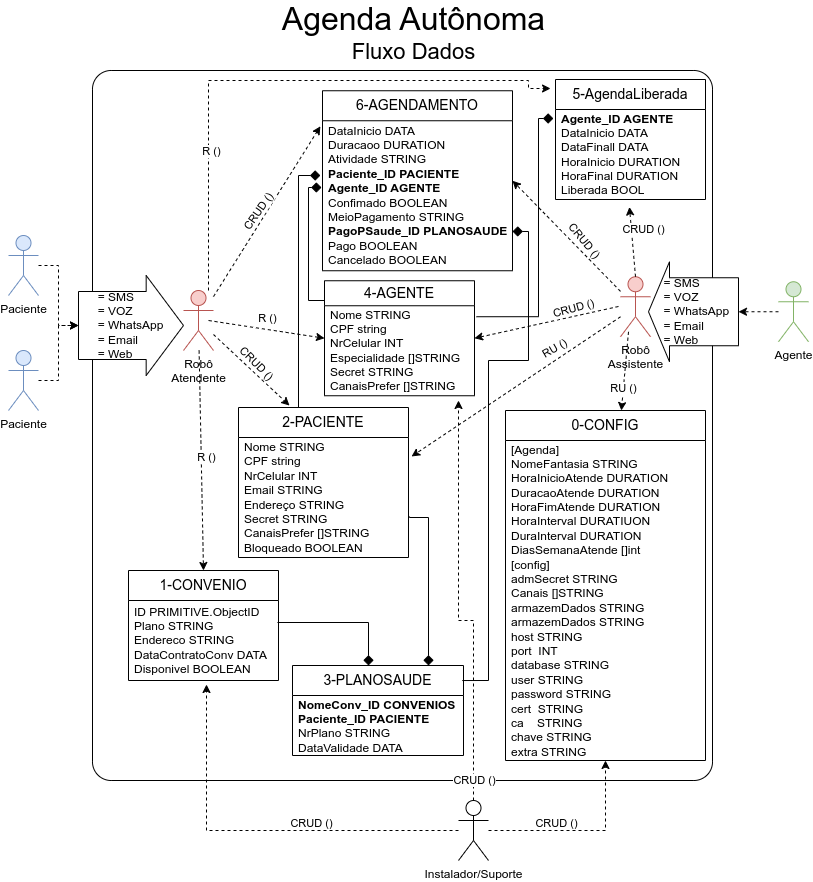
This is Agenda-Página-1.drawio.png from gunboe/Agenda, a draw.io export, as it was before one commit. Source tidied: cells renumbered, new cells last; positions are measured from the earlier drawing's top-left corner, leaving out a move shared by most shapes.
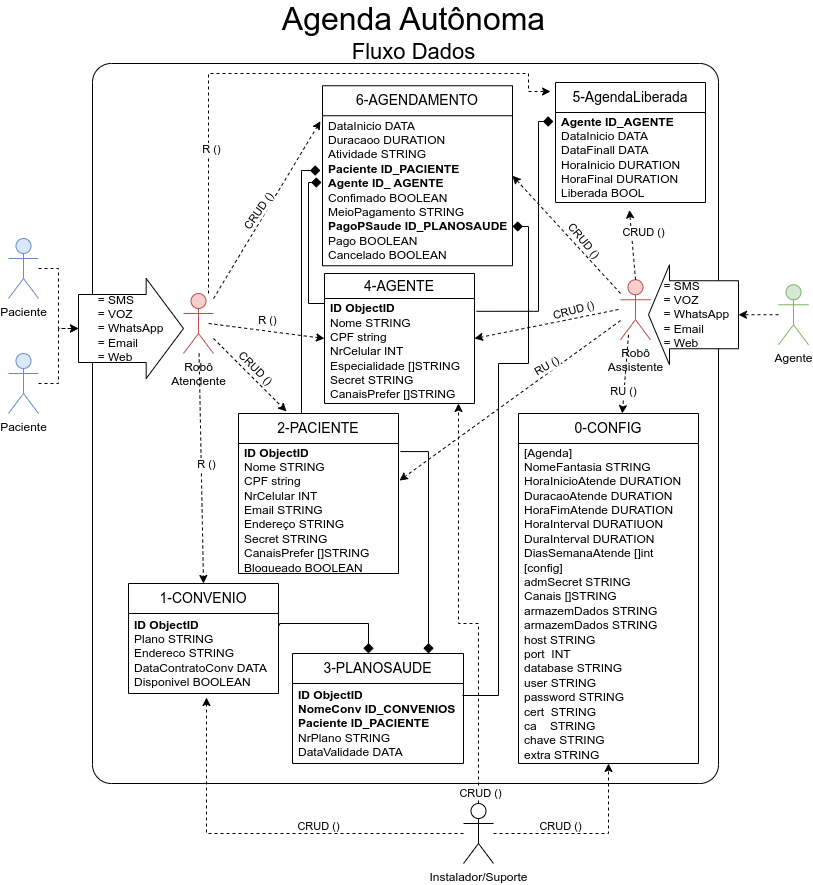
After the change.

Commit message:
Ajustes dos Campos ID da Agenda-Página-1.drawio.png

Change to the diagram source:
```diff
@@ -3,7 +3,7 @@
     <mxCell id="0" />
     <mxCell id="1" parent="0" />
     <mxCell id="2" style="rounded=1;whiteSpace=wrap;html=1;arcSize=3;" parent="1" vertex="1">
-      <mxGeometry x="84" y="68" width="620" height="710" as="geometry" />
+      <mxGeometry x="84" y="58" width="626" height="720" as="geometry" />
     </mxCell>
     <mxCell id="3" style="edgeStyle=orthogonalEdgeStyle;rounded=0;jettySize=auto;html=1;entryX=0;entryY=0.5;entryDx=0;entryDy=0;entryPerimeter=0;dashed=1;" parent="1" edge="1" source="4" target="20">
       <mxGeometry relative="1" as="geometry" />
@@ -21,9 +21,9 @@
       <mxGeometry y="348" width="30" height="60" as="geometry" />
     </mxCell>
     <mxCell id="8" value="&lt;font style=&quot;font-size: 14px;&quot;&gt;6-AGENDAMENTO&lt;/font&gt;" style="swimlane;fontStyle=0;horizontal=1;startSize=30;whiteSpace=wrap;html=1;" parent="1" vertex="1">
-      <mxGeometry x="314" y="88.2" width="190" height="180" as="geometry" />
+      <mxGeometry x="314" y="80.2" width="190" height="180" as="geometry" />
     </mxCell>
-    <mxCell id="9" value="DataInicio DATA&lt;br style=&quot;border-color: var(--border-color); text-align: center;&quot;&gt;&lt;span style=&quot;text-align: center;&quot;&gt;Duracaoo DURATION&lt;/span&gt;&lt;br style=&quot;border-color: var(--border-color); text-align: center;&quot;&gt;&lt;span style=&quot;text-align: center;&quot;&gt;Atividade STRING&lt;/span&gt;&lt;br style=&quot;border-color: var(--border-color); text-align: center;&quot;&gt;&lt;b&gt;Paciente_ID PACIENTE&lt;/b&gt;&lt;br style=&quot;border-color: var(--border-color);&quot;&gt;&lt;span style=&quot;text-align: center;&quot;&gt;&lt;b&gt;Agente_ID AGENTE&lt;/b&gt;&lt;/span&gt;&lt;br style=&quot;border-color: var(--border-color); text-align: center;&quot;&gt;&lt;span style=&quot;text-align: center;&quot;&gt;Confimado BOOLEAN&lt;/span&gt;&lt;span style=&quot;text-align: center;&quot;&gt;&lt;br&gt;MeioPagamento STRING&lt;br&gt;&lt;b&gt;PagoPSaude_ID PLANOSAUDE&lt;/b&gt;&lt;br&gt;Pago BOOLEAN&lt;br&gt;Cancelado BOOLEAN&lt;br&gt;&lt;/span&gt;" style="text;strokeColor=none;fillColor=none;align=left;verticalAlign=middle;spacingLeft=4;spacingRight=4;overflow=hidden;points=[[0,0.5],[1,0.5]];portConstraint=eastwest;whiteSpace=wrap;html=1;" parent="8" vertex="1">
+    <mxCell id="9" value="DataInicio DATA&lt;br style=&quot;border-color: var(--border-color); text-align: center;&quot;&gt;&lt;span style=&quot;text-align: center;&quot;&gt;Duracaoo DURATION&lt;/span&gt;&lt;br style=&quot;border-color: var(--border-color); text-align: center;&quot;&gt;&lt;span style=&quot;text-align: center;&quot;&gt;Atividade STRING&lt;/span&gt;&lt;br style=&quot;border-color: var(--border-color); text-align: center;&quot;&gt;&lt;b&gt;Paciente ID_PACIENTE&lt;/b&gt;&lt;br style=&quot;border-color: var(--border-color);&quot;&gt;&lt;span style=&quot;text-align: center;&quot;&gt;&lt;b&gt;Agente ID_ AGENTE&lt;/b&gt;&lt;/span&gt;&lt;br style=&quot;border-color: var(--border-color); text-align: center;&quot;&gt;&lt;span style=&quot;text-align: center;&quot;&gt;Confimado BOOLEAN&lt;/span&gt;&lt;span style=&quot;text-align: center;&quot;&gt;&lt;br&gt;MeioPagamento STRING&lt;br&gt;&lt;b&gt;PagoPSaude ID_PLANOSAUDE&lt;/b&gt;&lt;br&gt;Pago BOOLEAN&lt;br&gt;Cancelado BOOLEAN&lt;br&gt;&lt;/span&gt;" style="text;strokeColor=none;fillColor=none;align=left;verticalAlign=middle;spacingLeft=4;spacingRight=4;overflow=hidden;points=[[0,0.5],[1,0.5]];portConstraint=eastwest;whiteSpace=wrap;html=1;" parent="8" vertex="1">
       <mxGeometry y="30" width="190" height="150" as="geometry" />
     </mxCell>
     <mxCell id="10" style="endArrow=classic;html=1;rounded=0;entryX=-0.011;entryY=0.037;entryDx=0;entryDy=0;dashed=1;entryPerimeter=0;" parent="1" edge="1" source="19" target="9">
@@ -35,10 +35,10 @@
       </mxGeometry>
     </mxCell>
     <mxCell id="12" value="&lt;font style=&quot;font-size: 14px;&quot;&gt;2-PACIENTE&lt;/font&gt;" style="swimlane;fontStyle=0;horizontal=1;startSize=30;whiteSpace=wrap;html=1;" parent="1" vertex="1">
-      <mxGeometry x="230" y="405" width="170" height="150" as="geometry" />
+      <mxGeometry x="230" y="408" width="160" height="160" as="geometry" />
     </mxCell>
-    <mxCell id="13" value="Nome STRING&lt;br&gt;CPF string&lt;br&gt;NrCelular INT&lt;br&gt;Email STRING&lt;br&gt;Endereço STRING&lt;br&gt;Secret STRING&lt;br&gt;CanaisPrefer []STRING&lt;br&gt;Bloqueado BOOLEAN" style="text;strokeColor=none;fillColor=none;align=left;verticalAlign=middle;spacingLeft=4;spacingRight=4;overflow=hidden;points=[[0,0.5],[1,0.5]];portConstraint=eastwest;whiteSpace=wrap;html=1;" parent="12" vertex="1">
-      <mxGeometry y="30" width="170" height="120" as="geometry" />
+    <mxCell id="13" value="&lt;b style=&quot;border-color: var(--border-color);&quot;&gt;ID ObjectID&lt;br style=&quot;border-color: var(--border-color);&quot;&gt;&lt;/b&gt;Nome STRING&lt;br&gt;CPF string&lt;br&gt;NrCelular INT&lt;br&gt;Email STRING&lt;br&gt;Endereço STRING&lt;br&gt;Secret STRING&lt;br&gt;CanaisPrefer []STRING&lt;br&gt;Bloqueado BOOLEAN" style="text;strokeColor=none;fillColor=none;align=left;verticalAlign=middle;spacingLeft=4;spacingRight=4;overflow=hidden;points=[[0,0.5],[1,0.5]];portConstraint=eastwest;whiteSpace=wrap;html=1;" parent="12" vertex="1">
+      <mxGeometry y="30" width="160" height="130" as="geometry" />
     </mxCell>
     <mxCell id="14" style="endArrow=classic;html=1;rounded=0;entryX=0.3;entryY=-0.013;entryDx=0;entryDy=0;dashed=1;entryPerimeter=0;" parent="1" edge="1" source="19" target="12">
       <mxGeometry relative="1" as="geometry" />
@@ -57,7 +57,7 @@
       </mxGeometry>
     </mxCell>
     <mxCell id="18" value="Instalador/Suporte" style="shape=umlActor;verticalLabelPosition=bottom;verticalAlign=top;html=1;outlineConnect=0;" parent="1" vertex="1">
-      <mxGeometry x="450" y="798" width="30" height="60" as="geometry" />
+      <mxGeometry x="455" y="798" width="30" height="60" as="geometry" />
     </mxCell>
     <mxCell id="19" value="Robô&lt;br&gt;Atendente" style="shape=umlActor;verticalLabelPosition=bottom;verticalAlign=top;html=1;outlineConnect=0;fillColor=#f8cecc;strokeColor=#b85450;" parent="1" vertex="1">
       <mxGeometry x="175" y="288" width="30" height="60" as="geometry" />
@@ -66,10 +66,10 @@
       <mxGeometry x="70" y="273" width="105" height="100" as="geometry" />
     </mxCell>
     <mxCell id="21" value="&lt;font style=&quot;font-size: 14px;&quot;&gt;4-AGENTE&lt;/font&gt;" style="swimlane;fontStyle=0;horizontal=1;startSize=25;whiteSpace=wrap;html=1;" parent="1" vertex="1">
-      <mxGeometry x="316" y="278.2" width="150" height="115" as="geometry" />
+      <mxGeometry x="316" y="268" width="150" height="130" as="geometry" />
     </mxCell>
-    <mxCell id="22" value="Nome STRING&lt;br&gt;CPF string&lt;br&gt;NrCelular INT&lt;br&gt;Especialidade []STRING&lt;br&gt;Secret STRING&lt;br&gt;CanaisPrefer []STRING" style="text;strokeColor=none;fillColor=none;align=left;verticalAlign=middle;spacingLeft=4;spacingRight=4;overflow=hidden;points=[[0,0.5],[1,0.5]];portConstraint=eastwest;whiteSpace=wrap;html=1;" parent="21" vertex="1">
-      <mxGeometry y="25" width="150" height="90" as="geometry" />
+    <mxCell id="22" value="&lt;b style=&quot;border-color: var(--border-color);&quot;&gt;ID ObjectID&lt;br style=&quot;border-color: var(--border-color);&quot;&gt;&lt;/b&gt;Nome STRING&lt;br&gt;CPF string&lt;br&gt;NrCelular INT&lt;br&gt;Especialidade []STRING&lt;br&gt;Secret STRING&lt;br&gt;CanaisPrefer []STRING" style="text;strokeColor=none;fillColor=none;align=left;verticalAlign=middle;spacingLeft=4;spacingRight=4;overflow=hidden;points=[[0,0.5],[1,0.5]];portConstraint=eastwest;whiteSpace=wrap;html=1;" parent="21" vertex="1">
+      <mxGeometry y="25" width="150" height="105" as="geometry" />
     </mxCell>
     <mxCell id="23" value="Robô&lt;br&gt;Assistente" style="shape=umlActor;verticalLabelPosition=bottom;verticalAlign=top;html=1;outlineConnect=0;fillColor=#f8cecc;strokeColor=#b85450;" parent="1" vertex="1">
       <mxGeometry x="612" y="274.2" width="30" height="60" as="geometry" />
@@ -87,7 +87,7 @@
         <mxPoint x="16" y="-7" as="offset" />
       </mxGeometry>
     </mxCell>
-    <mxCell id="27" style="endArrow=classic;html=1;rounded=0;dashed=1;entryX=1.018;entryY=0.158;entryDx=0;entryDy=0;entryPerimeter=0;" parent="1" edge="1" source="23" target="13">
+    <mxCell id="27" style="endArrow=classic;html=1;rounded=0;dashed=1;entryX=1.006;entryY=0.285;entryDx=0;entryDy=0;entryPerimeter=0;" parent="1" edge="1" source="23" target="13">
       <mxGeometry relative="1" as="geometry" />
     </mxCell>
     <mxCell id="28" value="RU ()" style="edgeLabel;html=1;align=center;verticalAlign=middle;rotation=-30;" parent="27" vertex="1">
@@ -114,24 +114,24 @@
       </mxGeometry>
     </mxCell>
     <mxCell id="33" value="&lt;font style=&quot;font-size: 14px;&quot;&gt;0-CONFIG&lt;/font&gt;" style="swimlane;fontStyle=0;horizontal=1;startSize=30;whiteSpace=wrap;html=1;" parent="1" vertex="1">
-      <mxGeometry x="497" y="408" width="200" height="350" as="geometry" />
+      <mxGeometry x="510" y="408" width="180" height="350" as="geometry" />
     </mxCell>
     <mxCell id="34" value="[Agenda]&lt;br&gt;NomeFantasia STRING&lt;br&gt;HoraInicioAtende DURATION&lt;br&gt;DuracaoAtende DURATION&lt;br&gt;HoraFimAtende DURATION&lt;br&gt;HoraInterval DURATIUON&lt;br&gt;DuraInterval DURATION&lt;br&gt;DiasSemanaAtende []int&lt;br&gt;[config]&lt;br&gt;admSecret STRING&lt;br&gt;Canais []STRING&lt;br&gt;armazemDados STRING&lt;br&gt;&lt;div&gt;armazemDados STRING&lt;/div&gt;&lt;div&gt;host STRING&lt;/div&gt;&lt;div&gt;port&amp;nbsp; INT&lt;/div&gt;&lt;div&gt;database STRING&lt;/div&gt;&lt;div&gt;user STRING&lt;/div&gt;&lt;div&gt;password STRING&lt;/div&gt;&lt;div&gt;cert&amp;nbsp; STRING&lt;/div&gt;&lt;div&gt;ca&amp;nbsp; &amp;nbsp; STRING&lt;/div&gt;&lt;div&gt;chave STRING&lt;/div&gt;&lt;div&gt;extra STRING&lt;/div&gt;" style="text;strokeColor=none;fillColor=none;align=left;verticalAlign=middle;spacingLeft=4;spacingRight=4;overflow=hidden;whiteSpace=wrap;html=1;" parent="33" vertex="1">
-      <mxGeometry y="30" width="200" height="320" as="geometry" />
+      <mxGeometry y="30" width="180" height="320" as="geometry" />
     </mxCell>
     <mxCell id="35" style="edgeStyle=orthogonalEdgeStyle;rounded=0;jettySize=auto;html=1;entryX=0;entryY=0.5;entryDx=0;entryDy=0;entryPerimeter=0;dashed=1;" parent="1" edge="1" source="7" target="20">
       <mxGeometry relative="1" as="geometry" />
     </mxCell>
     <mxCell id="36" value="&lt;font style=&quot;font-size: 14px;&quot;&gt;3-PLANOSAUDE&lt;/font&gt;" style="swimlane;fontStyle=0;horizontal=1;startSize=30;whiteSpace=wrap;html=1;" parent="1" vertex="1">
-      <mxGeometry x="284" y="663" width="171" height="90" as="geometry" />
+      <mxGeometry x="284" y="648" width="171" height="110" as="geometry" />
     </mxCell>
-    <mxCell id="37" value="&lt;b&gt;NomeConv_ID CONVENIOS&lt;br&gt;Paciente_ID PACIENTE&lt;/b&gt;&lt;br&gt;NrPlano STRING&lt;br&gt;DataValidade DATA" style="text;strokeColor=none;fillColor=none;align=left;verticalAlign=middle;spacingLeft=4;spacingRight=4;overflow=hidden;points=[[0,0.5],[1,0.5]];portConstraint=eastwest;whiteSpace=wrap;html=1;" parent="36" vertex="1">
-      <mxGeometry y="30" width="171" height="60" as="geometry" />
+    <mxCell id="37" value="&lt;b style=&quot;border-color: var(--border-color);&quot;&gt;ID ObjectID&lt;br style=&quot;border-color: var(--border-color);&quot;&gt;&lt;/b&gt;&lt;b&gt;NomeConv ID_CONVENIOS&lt;br&gt;Paciente ID_PACIENTE&lt;/b&gt;&lt;br&gt;NrPlano STRING&lt;br&gt;DataValidade DATA" style="text;strokeColor=none;fillColor=none;align=left;verticalAlign=middle;spacingLeft=4;spacingRight=4;overflow=hidden;points=[[0,0.5],[1,0.5]];portConstraint=eastwest;whiteSpace=wrap;html=1;" parent="36" vertex="1">
+      <mxGeometry y="30" width="171" height="80" as="geometry" />
     </mxCell>
     <mxCell id="38" style="edgeStyle=orthogonalEdgeStyle;rounded=0;jettySize=auto;html=1;endArrow=none;endFill=0;endSize=8;startArrow=diamond;startFill=1;startSize=8;exitX=-0.005;exitY=0.445;exitDx=0;exitDy=0;exitPerimeter=0;" parent="1" edge="1" source="9" target="21">
       <mxGeometry relative="1" as="geometry">
         <Array as="points">
-          <mxPoint x="300" y="185" />
+          <mxPoint x="300" y="177" />
           <mxPoint x="300" y="298" />
         </Array>
       </mxGeometry>
@@ -140,24 +140,24 @@
       <mxGeometry relative="1" as="geometry">
         <mxPoint x="450" y="398" as="targetPoint" />
         <Array as="points">
-          <mxPoint x="465" y="618" />
+          <mxPoint x="470" y="798" />
+          <mxPoint x="470" y="618" />
           <mxPoint x="450" y="618" />
         </Array>
       </mxGeometry>
     </mxCell>
     <mxCell id="40" value="CRUD ()" style="edgeLabel;html=1;align=center;verticalAlign=middle;" parent="39" vertex="1">
       <mxGeometry x="-0.81" y="-2" relative="1" as="geometry">
-        <mxPoint x="-2" y="18" as="offset" />
+        <mxPoint x="-1" y="29" as="offset" />
       </mxGeometry>
     </mxCell>
     <mxCell id="41" value="&lt;font style=&quot;&quot;&gt;&lt;span style=&quot;font-size: 32px;&quot;&gt;Agenda Autônoma&lt;/span&gt;&lt;br&gt;&lt;font style=&quot;font-size: 22px;&quot;&gt;Fluxo Dados&lt;/font&gt;&lt;br&gt;&lt;/font&gt;" style="text;html=1;strokeColor=none;fillColor=none;align=center;verticalAlign=middle;whiteSpace=wrap;rounded=0;" parent="1" vertex="1">
-      <mxGeometry x="257.5" width="295" height="60" as="geometry" />
+      <mxGeometry x="257.5" y="-3" width="295" height="60" as="geometry" />
     </mxCell>
     <mxCell id="42" style="edgeStyle=orthogonalEdgeStyle;rounded=0;jettySize=auto;html=1;endArrow=none;endFill=0;endSize=8;startSize=8;startArrow=diamond;startFill=1;entryX=0.371;entryY=0;entryDx=0;entryDy=0;entryPerimeter=0;exitX=-0.011;exitY=0.365;exitDx=0;exitDy=0;exitPerimeter=0;" parent="1" edge="1" source="9" target="12">
       <mxGeometry relative="1" as="geometry">
         <Array as="points">
-          <mxPoint x="290" y="173" />
-          <mxPoint x="290" y="405" />
+          <mxPoint x="293" y="165" />
         </Array>
       </mxGeometry>
     </mxCell>
@@ -172,7 +172,7 @@
     <mxCell id="45" value="&lt;font style=&quot;font-size: 14px;&quot;&gt;5-AgendaLiberada&lt;/font&gt;" style="swimlane;fontStyle=0;horizontal=1;startSize=30;whiteSpace=wrap;html=1;" parent="1" vertex="1">
       <mxGeometry x="547" y="77" width="150" height="120" as="geometry" />
     </mxCell>
-    <mxCell id="46" value="&lt;b&gt;Agente_ID AGENTE&lt;br&gt;&lt;/b&gt;DataInicio DATA&lt;br&gt;DataFinall DATA&lt;br&gt;HoraInicio DURATION&lt;br&gt;HoraFinal DURATION&lt;br&gt;Liberada BOOL" style="text;strokeColor=none;fillColor=none;align=left;verticalAlign=middle;spacingLeft=4;spacingRight=4;overflow=hidden;points=[[0,0.5],[1,0.5]];portConstraint=eastwest;whiteSpace=wrap;html=1;" parent="45" vertex="1">
+    <mxCell id="46" value="&lt;b&gt;Agente ID_AGENTE&lt;br&gt;&lt;/b&gt;DataInicio DATA&lt;br&gt;DataFinall DATA&lt;br&gt;HoraInicio DURATION&lt;br&gt;HoraFinal DURATION&lt;br&gt;Liberada BOOL" style="text;strokeColor=none;fillColor=none;align=left;verticalAlign=middle;spacingLeft=4;spacingRight=4;overflow=hidden;points=[[0,0.5],[1,0.5]];portConstraint=eastwest;whiteSpace=wrap;html=1;" parent="45" vertex="1">
       <mxGeometry y="30" width="150" height="90" as="geometry" />
     </mxCell>
     <mxCell id="47" style="endArrow=classic;html=1;rounded=0;entryX=0.493;entryY=1.083;entryDx=0;entryDy=0;dashed=1;entryPerimeter=0;exitX=0.5;exitY=0;exitDx=0;exitDy=0;exitPerimeter=0;" parent="1" edge="1" source="23" target="46">
@@ -186,8 +186,8 @@
     <mxCell id="49" style="edgeStyle=orthogonalEdgeStyle;rounded=0;jettySize=auto;html=1;dashed=1;entryX=-0.033;entryY=0.075;entryDx=0;entryDy=0;entryPerimeter=0;" parent="1" edge="1" source="19" target="45">
       <mxGeometry relative="1" as="geometry">
         <Array as="points">
-          <mxPoint x="200" y="78" />
-          <mxPoint x="520" y="78" />
+          <mxPoint x="200" y="68" />
+          <mxPoint x="520" y="68" />
           <mxPoint x="520" y="86" />
         </Array>
       </mxGeometry>
@@ -216,22 +216,23 @@
       </mxGeometry>
     </mxCell>
     <mxCell id="55" value="&lt;font style=&quot;font-size: 14px;&quot;&gt;1-CONVENIO&lt;/font&gt;" style="swimlane;fontStyle=0;horizontal=1;startSize=30;whiteSpace=wrap;html=1;" parent="1" vertex="1">
-      <mxGeometry x="120" y="568" width="150" height="110" as="geometry" />
+      <mxGeometry x="120" y="578" width="150" height="110" as="geometry" />
     </mxCell>
-    <mxCell id="56" value="ID PRIMITIVE.ObjectID&lt;br&gt;Plano STRING&lt;br&gt;Endereco STRING&lt;br&gt;DataContratoConv DATA&lt;br&gt;Disponivel BOOLEAN" style="text;strokeColor=none;fillColor=none;align=left;verticalAlign=middle;spacingLeft=4;spacingRight=4;overflow=hidden;points=[[0,0.5],[1,0.5]];portConstraint=eastwest;whiteSpace=wrap;html=1;" parent="55" vertex="1">
+    <mxCell id="56" value="&lt;b&gt;ID ObjectID&lt;br&gt;&lt;/b&gt;Plano STRING&lt;br&gt;Endereco STRING&lt;br&gt;DataContratoConv DATA&lt;br&gt;Disponivel BOOLEAN" style="text;strokeColor=none;fillColor=none;align=left;verticalAlign=middle;spacingLeft=4;spacingRight=4;overflow=hidden;points=[[0,0.5],[1,0.5]];portConstraint=eastwest;whiteSpace=wrap;html=1;" parent="55" vertex="1">
       <mxGeometry y="30" width="150" height="80" as="geometry" />
     </mxCell>
-    <mxCell id="57" style="edgeStyle=orthogonalEdgeStyle;rounded=0;jettySize=auto;html=1;exitX=1.006;exitY=0.658;exitDx=0;exitDy=0;exitPerimeter=0;endArrow=diamond;endFill=1;endSize=8;startArrow=none;startFill=0;startSize=8;" parent="1" edge="1" source="13" target="36">
+    <mxCell id="57" style="edgeStyle=orthogonalEdgeStyle;rounded=0;jettySize=auto;html=1;exitX=1.012;exitY=0.062;exitDx=0;exitDy=0;exitPerimeter=0;endArrow=diamond;endFill=1;endSize=8;startArrow=none;startFill=0;startSize=8;" parent="1" edge="1" source="13" target="36">
       <mxGeometry relative="1" as="geometry">
         <Array as="points">
-          <mxPoint x="420" y="515" />
+          <mxPoint x="420" y="446" />
         </Array>
       </mxGeometry>
     </mxCell>
-    <mxCell id="58" style="edgeStyle=orthogonalEdgeStyle;rounded=0;jettySize=auto;html=1;entryX=0.993;entryY=0.275;entryDx=0;entryDy=0;entryPerimeter=0;endArrow=none;endFill=0;endSize=8;startArrow=diamond;startFill=1;startSize=8;" parent="1" edge="1" source="36" target="56">
+    <mxCell id="58" style="edgeStyle=orthogonalEdgeStyle;rounded=0;jettySize=auto;html=1;entryX=1.007;entryY=0.15;entryDx=0;entryDy=0;entryPerimeter=0;endArrow=none;endFill=0;endSize=8;startArrow=diamond;startFill=1;startSize=8;" parent="1" edge="1" source="36" target="56">
       <mxGeometry relative="1" as="geometry">
         <Array as="points">
-          <mxPoint x="360" y="620" />
+          <mxPoint x="360" y="618" />
+          <mxPoint x="271" y="618" />
         </Array>
       </mxGeometry>
     </mxCell>
@@ -239,17 +240,17 @@
       <mxGeometry relative="1" as="geometry">
         <Array as="points">
           <mxPoint x="530" y="116" />
-          <mxPoint x="530" y="314" />
+          <mxPoint x="530" y="306" />
         </Array>
       </mxGeometry>
     </mxCell>
-    <mxCell id="60" style="edgeStyle=orthogonalEdgeStyle;rounded=0;jettySize=auto;html=1;entryX=1;entryY=0.738;entryDx=0;entryDy=0;entryPerimeter=0;endSize=8;startSize=8;endArrow=diamond;endFill=1;exitX=0.993;exitY=0.167;exitDx=0;exitDy=0;exitPerimeter=0;" parent="1" edge="1" source="36" target="9">
+    <mxCell id="60" style="edgeStyle=orthogonalEdgeStyle;rounded=0;jettySize=auto;html=1;entryX=1;entryY=0.738;entryDx=0;entryDy=0;entryPerimeter=0;endSize=8;startSize=8;endArrow=diamond;endFill=1;exitX=0.994;exitY=0.15;exitDx=0;exitDy=0;exitPerimeter=0;" parent="1" edge="1" source="37" target="9">
       <mxGeometry relative="1" as="geometry">
         <Array as="points">
-          <mxPoint x="480" y="678" />
-          <mxPoint x="480" y="358" />
+          <mxPoint x="490" y="690" />
+          <mxPoint x="490" y="358" />
           <mxPoint x="520" y="358" />
-          <mxPoint x="520" y="229" />
+          <mxPoint x="520" y="221" />
         </Array>
       </mxGeometry>
     </mxCell>
```
